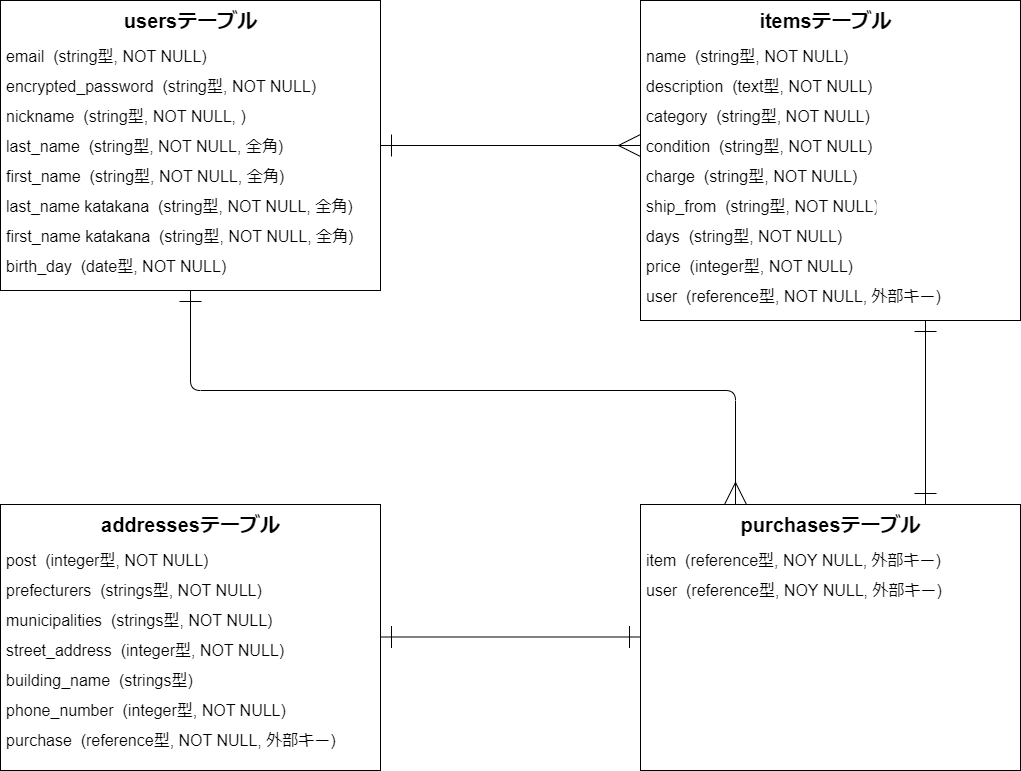
Above: .drawio.png in piyofisu/furima-41017 (draw.io), before the change. Source tidied: cells renumbered, new cells last; positions are measured from the earlier drawing's top-left corner, leaving out a move shared by most shapes.
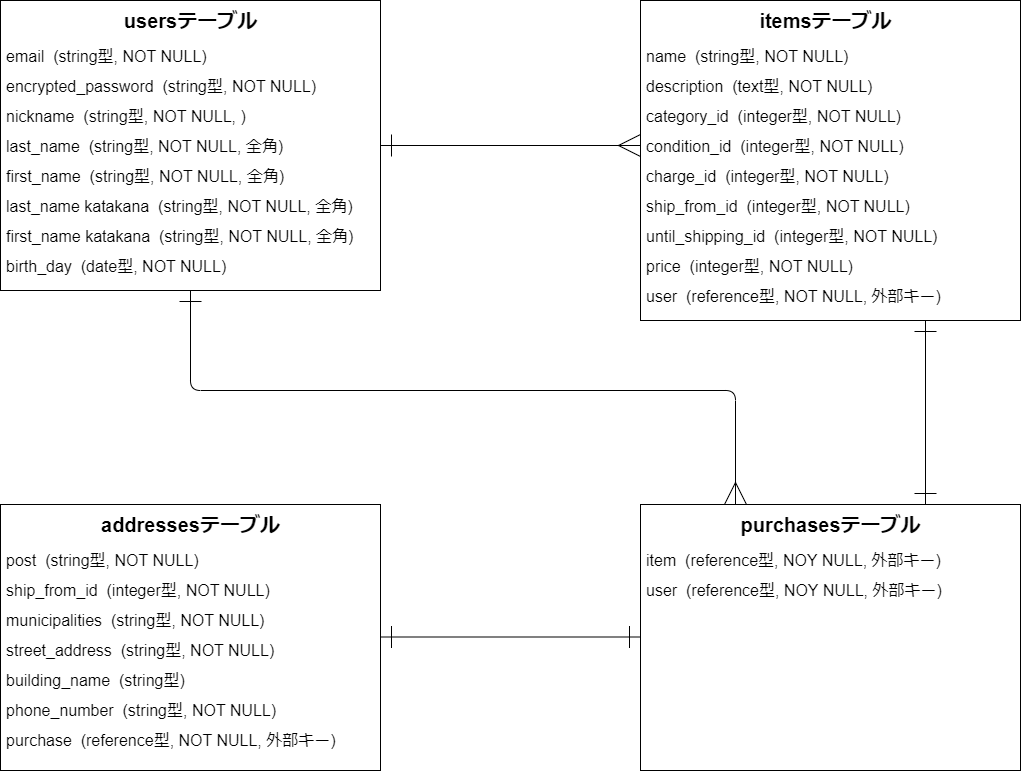
The same file after the commit.

Commit message:
README・ER図指摘内容修正

Change to the diagram source:
```diff
@@ -61,20 +61,20 @@
     <mxCell id="19" value="user  (reference型, NOT NULL, 外部キー)" style="text;strokeColor=none;fillColor=none;spacingLeft=4;spacingRight=4;overflow=hidden;fontSize=16;" parent="1" vertex="1">
       <mxGeometry x="640" y="280" width="310" height="30" as="geometry" />
     </mxCell>
-    <mxCell id="20" value="category  (string型, NOT NULL)" style="text;strokeColor=none;fillColor=none;spacingLeft=4;spacingRight=4;overflow=hidden;fontSize=16;" parent="1" vertex="1">
-      <mxGeometry x="640" y="100" width="240" height="30" as="geometry" />
+    <mxCell id="20" value="category_id  (integer型, NOT NULL)" style="text;strokeColor=none;fillColor=none;spacingLeft=4;spacingRight=4;overflow=hidden;fontSize=16;" parent="1" vertex="1">
+      <mxGeometry x="640" y="100" width="300" height="30" as="geometry" />
     </mxCell>
-    <mxCell id="21" value="condition  (string型, NOT NULL)" style="text;strokeColor=none;fillColor=none;spacingLeft=4;spacingRight=4;overflow=hidden;points=[[0,0.5],[1,0.5]];portConstraint=eastwest;fontSize=16;" parent="1" vertex="1">
-      <mxGeometry x="640" y="130" width="240" height="30" as="geometry" />
+    <mxCell id="21" value="condition_id  (integer型, NOT NULL)" style="text;strokeColor=none;fillColor=none;spacingLeft=4;spacingRight=4;overflow=hidden;points=[[0,0.5],[1,0.5]];portConstraint=eastwest;fontSize=16;" parent="1" vertex="1">
+      <mxGeometry x="640" y="130" width="300" height="30" as="geometry" />
     </mxCell>
-    <mxCell id="22" value="charge  (string型, NOT NULL)" style="text;strokeColor=none;fillColor=none;spacingLeft=4;spacingRight=4;overflow=hidden;fontSize=16;" parent="1" vertex="1">
-      <mxGeometry x="640" y="160" width="240" height="30" as="geometry" />
+    <mxCell id="22" value="charge_id  (integer型, NOT NULL)" style="text;strokeColor=none;fillColor=none;spacingLeft=4;spacingRight=4;overflow=hidden;fontSize=16;" parent="1" vertex="1">
+      <mxGeometry x="640" y="160" width="290" height="30" as="geometry" />
     </mxCell>
-    <mxCell id="23" value="ship_from  (string型, NOT NULL)" style="text;strokeColor=none;fillColor=none;spacingLeft=4;spacingRight=4;overflow=hidden;fontSize=16;" parent="1" vertex="1">
-      <mxGeometry x="640" y="190" width="240" height="30" as="geometry" />
+    <mxCell id="23" value="ship_from_id  (integer型, NOT NULL)" style="text;strokeColor=none;fillColor=none;spacingLeft=4;spacingRight=4;overflow=hidden;fontSize=16;" parent="1" vertex="1">
+      <mxGeometry x="640" y="190" width="320" height="30" as="geometry" />
     </mxCell>
-    <mxCell id="24" value="days  (string型, NOT NULL)" style="text;strokeColor=none;fillColor=none;spacingLeft=4;spacingRight=4;overflow=hidden;fontSize=16;" parent="1" vertex="1">
-      <mxGeometry x="640" y="220" width="240" height="30" as="geometry" />
+    <mxCell id="24" value="until_shipping_id  (integer型, NOT NULL)" style="text;strokeColor=none;fillColor=none;spacingLeft=4;spacingRight=4;overflow=hidden;fontSize=16;" parent="1" vertex="1">
+      <mxGeometry x="640" y="220" width="320" height="30" as="geometry" />
     </mxCell>
     <mxCell id="25" style="edgeStyle=none;html=1;exitX=0.75;exitY=1;exitDx=0;exitDy=0;entryX=0.75;entryY=0;entryDx=0;entryDy=0;strokeWidth=1;fontSize=20;startArrow=ERone;startFill=0;endArrow=ERone;endFill=0;startSize=20;endSize=20;" parent="1" edge="1" source="14" target="35">
       <mxGeometry relative="1" as="geometry" />
@@ -88,22 +88,22 @@
     <mxCell id="28" value="addressesテーブル" style="text;strokeColor=none;fillColor=none;html=1;fontSize=20;fontStyle=1;verticalAlign=middle;align=center;" parent="1" vertex="1">
       <mxGeometry y="504" width="380" height="40" as="geometry" />
     </mxCell>
-    <mxCell id="29" value="post  (integer型, NOT NULL)" style="text;strokeColor=none;fillColor=none;spacingLeft=4;spacingRight=4;overflow=hidden;fontSize=16;" parent="1" vertex="1">
+    <mxCell id="29" value="post  (string型, NOT NULL)" style="text;strokeColor=none;fillColor=none;spacingLeft=4;spacingRight=4;overflow=hidden;fontSize=16;" parent="1" vertex="1">
       <mxGeometry y="544" width="270" height="30" as="geometry" />
     </mxCell>
-    <mxCell id="30" value="prefecturers  (strings型, NOT NULL)" style="text;strokeColor=none;fillColor=none;spacingLeft=4;spacingRight=4;overflow=hidden;fontSize=16;" parent="1" vertex="1">
+    <mxCell id="30" value="ship_from_id  (integer型, NOT NULL)" style="text;strokeColor=none;fillColor=none;spacingLeft=4;spacingRight=4;overflow=hidden;fontSize=16;" parent="1" vertex="1">
       <mxGeometry y="574" width="320" height="30" as="geometry" />
     </mxCell>
-    <mxCell id="31" value="municipalities  (strings型, NOT NULL)" style="text;strokeColor=none;fillColor=none;spacingLeft=4;spacingRight=4;overflow=hidden;fontSize=16;" parent="1" vertex="1">
+    <mxCell id="31" value="municipalities  (string型, NOT NULL)" style="text;strokeColor=none;fillColor=none;spacingLeft=4;spacingRight=4;overflow=hidden;fontSize=16;" parent="1" vertex="1">
       <mxGeometry y="604" width="310" height="30" as="geometry" />
     </mxCell>
-    <mxCell id="32" value="street_address  (integer型, NOT NULL)" style="text;strokeColor=none;fillColor=none;spacingLeft=4;spacingRight=4;overflow=hidden;fontSize=16;" parent="1" vertex="1">
+    <mxCell id="32" value="street_address  (string型, NOT NULL)" style="text;strokeColor=none;fillColor=none;spacingLeft=4;spacingRight=4;overflow=hidden;fontSize=16;" parent="1" vertex="1">
       <mxGeometry y="634" width="320" height="30" as="geometry" />
     </mxCell>
-    <mxCell id="33" value="building_name  (strings型)" style="text;strokeColor=none;fillColor=none;spacingLeft=4;spacingRight=4;overflow=hidden;fontSize=16;" parent="1" vertex="1">
+    <mxCell id="33" value="building_name  (string型)" style="text;strokeColor=none;fillColor=none;spacingLeft=4;spacingRight=4;overflow=hidden;fontSize=16;" parent="1" vertex="1">
       <mxGeometry y="664" width="280" height="30" as="geometry" />
     </mxCell>
-    <mxCell id="34" value="phone_number  (integer型, NOT NULL)" style="text;strokeColor=none;fillColor=none;spacingLeft=4;spacingRight=4;overflow=hidden;fontSize=16;" parent="1" vertex="1">
+    <mxCell id="34" value="phone_number  (string型, NOT NULL)" style="text;strokeColor=none;fillColor=none;spacingLeft=4;spacingRight=4;overflow=hidden;fontSize=16;" parent="1" vertex="1">
       <mxGeometry y="694" width="350" height="30" as="geometry" />
     </mxCell>
     <mxCell id="35" value="purchasesテーブル" style="text;strokeColor=none;fillColor=none;html=1;fontSize=20;fontStyle=1;verticalAlign=middle;align=center;" parent="1" vertex="1">
```
